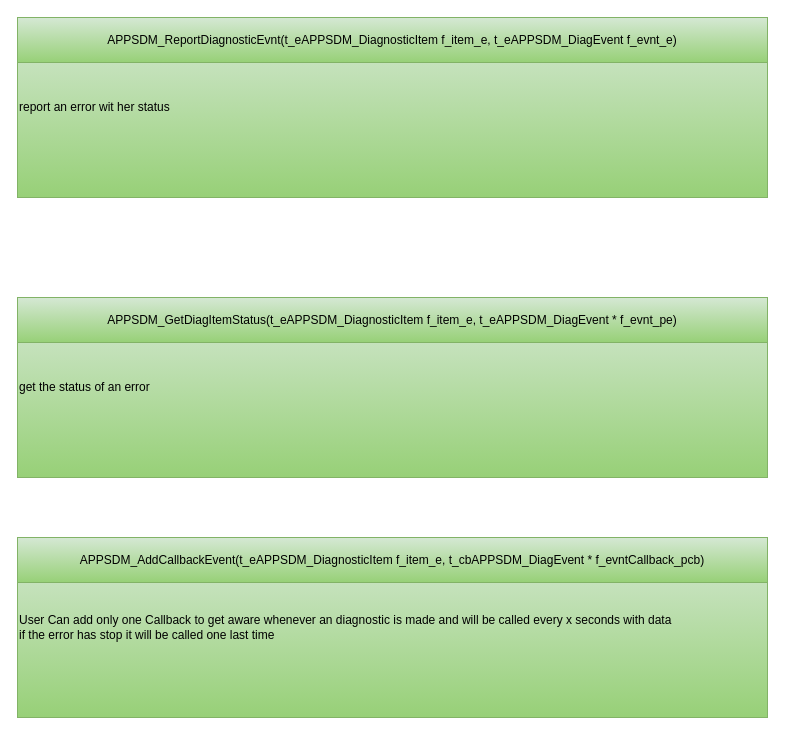
This is page "API" (3 of 8) of src/3_APP/APP_CTRL/APP_SDM/Doc/Design/SystemDiagnosticMngmt.drawio from mbarbeau0545/PickersRobotPOC, a draw.io file, before an edit. Source tidied: cells renumbered, new cells numbered last; positions are measured from the earlier drawing's top-left corner, leaving out a move shared by most shapes. Both pictures are drawn from the tidied source at 100%, with x=0, y=0 at pixel (17, 17).
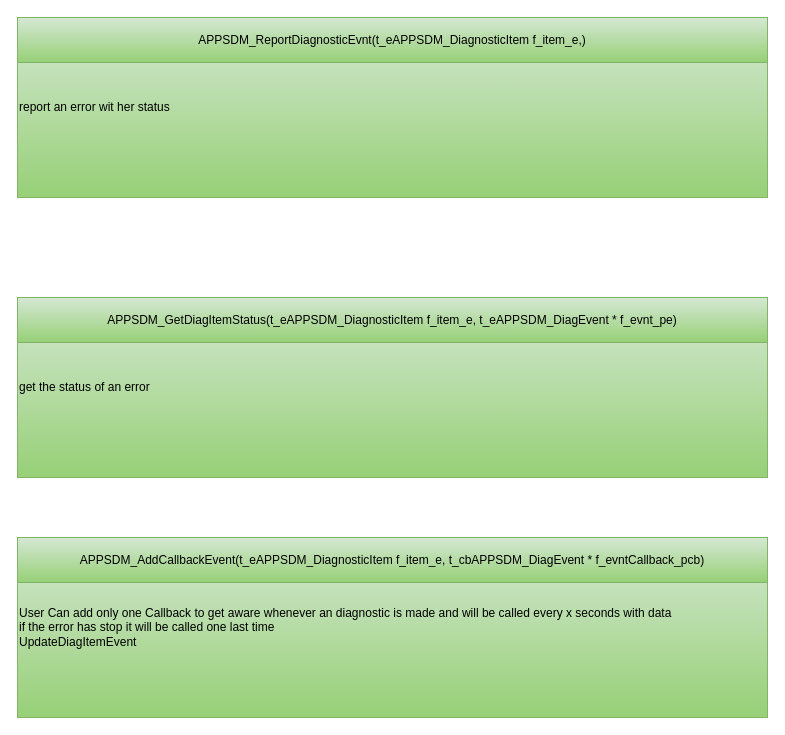
Above is the later version.

What changed in the source:
```diff
@@
 <mxGraphModel>
   <root>
     <mxCell id="0" />
     <mxCell id="1" parent="0" />
     <mxCell id="2" style="group;fontSize=12;" parent="1" vertex="1">
       <mxGeometry width="750" height="180" as="geometry" />
     </mxCell>
     <mxCell id="3" value="&lt;div style=&quot;font-size: 12px;&quot;&gt;&lt;div style=&quot;font-size: 12px;&quot;&gt;report an error wit her status&lt;/div&gt;&lt;/div&gt;" style="rounded=0;whiteSpace=wrap;html=1;fillColor=#d5e8d4;gradientColor=#97d077;strokeColor=#82b366;fontColor=#000000;align=left;fontSize=12;" parent="2" vertex="1">
       <mxGeometry width="750" height="180" as="geometry" />
     </mxCell>
-    <mxCell id="4" value="APPSDM_ReportDiagnosticEvnt(t_eAPPSDM_DiagnosticItem f_item_e, t_eAPPSDM_DiagEvent f_evnt_e)" style="rounded=0;whiteSpace=wrap;html=1;fillColor=#d5e8d4;gradientColor=#97d077;strokeColor=#82b366;fontColor=#000000;fontSize=12;" parent="2" vertex="1">
+    <mxCell id="4" value="APPSDM_ReportDiagnosticEvnt(t_eAPPSDM_DiagnosticItem f_item_e,)" style="rounded=0;whiteSpace=wrap;html=1;fillColor=#d5e8d4;gradientColor=#97d077;strokeColor=#82b366;fontColor=#000000;fontSize=12;" parent="2" vertex="1">
       <mxGeometry width="750" height="45" as="geometry" />
     </mxCell>
     <mxCell id="5" style="group;fontSize=12;" parent="1" vertex="1">
       <mxGeometry y="280" width="750" height="180" as="geometry" />
     </mxCell>
     <mxCell id="6" value="&lt;div style=&quot;font-size: 12px;&quot;&gt;&lt;div style=&quot;font-size: 12px;&quot;&gt;get the status of an error&lt;/div&gt;&lt;/div&gt;" style="rounded=0;whiteSpace=wrap;html=1;fillColor=#d5e8d4;gradientColor=#97d077;strokeColor=#82b366;fontColor=#000000;align=left;fontSize=12;" parent="5" vertex="1">
       <mxGeometry width="750" height="180" as="geometry" />
     </mxCell>
     <mxCell id="7" value="APPSDM_GetDiagItemStatus(t_eAPPSDM_DiagnosticItem f_item_e, t_eAPPSDM_DiagEvent * f_evnt_pe)" style="rounded=0;whiteSpace=wrap;html=1;fillColor=#d5e8d4;gradientColor=#97d077;strokeColor=#82b366;fontColor=#000000;fontSize=12;" parent="5" vertex="1">
       <mxGeometry width="750" height="45" as="geometry" />
     </mxCell>
     <mxCell id="8" style="group;fontSize=12;" parent="1" vertex="1">
       <mxGeometry y="520" width="750" height="180" as="geometry" />
     </mxCell>
-    <mxCell id="9" value="&lt;div style=&quot;font-size: 12px;&quot;&gt;&lt;div style=&quot;font-size: 12px;&quot;&gt;User Can add only one Callback to get aware whenever an diagnostic is made and will be called every x seconds with data&amp;nbsp;&lt;/div&gt;&lt;div style=&quot;font-size: 12px;&quot;&gt;if the error has stop it will be called one last time&lt;/div&gt;&lt;/div&gt;" style="rounded=0;whiteSpace=wrap;html=1;fillColor=#d5e8d4;gradientColor=#97d077;strokeColor=#82b366;fontColor=#000000;align=left;fontSize=12;" parent="8" vertex="1">
+    <mxCell id="9" value="&lt;div style=&quot;font-size: 12px;&quot;&gt;&lt;div style=&quot;font-size: 12px;&quot;&gt;User Can add only one Callback to get aware whenever an diagnostic is made and will be called every x seconds with data&amp;nbsp;&lt;/div&gt;&lt;div style=&quot;font-size: 12px;&quot;&gt;if the error has stop it will be called one last time&lt;/div&gt;&lt;div style=&quot;font-size: 12px;&quot;&gt;&lt;span style=&quot;text-align: center;&quot;&gt;UpdateDiagItemEvent&lt;/span&gt;&lt;br&gt;&lt;/div&gt;&lt;/div&gt;" style="rounded=0;whiteSpace=wrap;html=1;fillColor=#d5e8d4;gradientColor=#97d077;strokeColor=#82b366;fontColor=#000000;align=left;fontSize=12;" parent="8" vertex="1">
       <mxGeometry width="750" height="180" as="geometry" />
     </mxCell>
     <mxCell id="10" value="APPSDM_AddCallbackEvent(t_eAPPSDM_DiagnosticItem f_item_e, t_cbAPPSDM_DiagEvent * f_evntCallback_pcb)" style="rounded=0;whiteSpace=wrap;html=1;fillColor=#d5e8d4;gradientColor=#97d077;strokeColor=#82b366;fontColor=#000000;fontSize=12;" parent="8" vertex="1">
       <mxGeometry width="750" height="45" as="geometry" />
     </mxCell>
   </root>
 </mxGraphModel>
```
